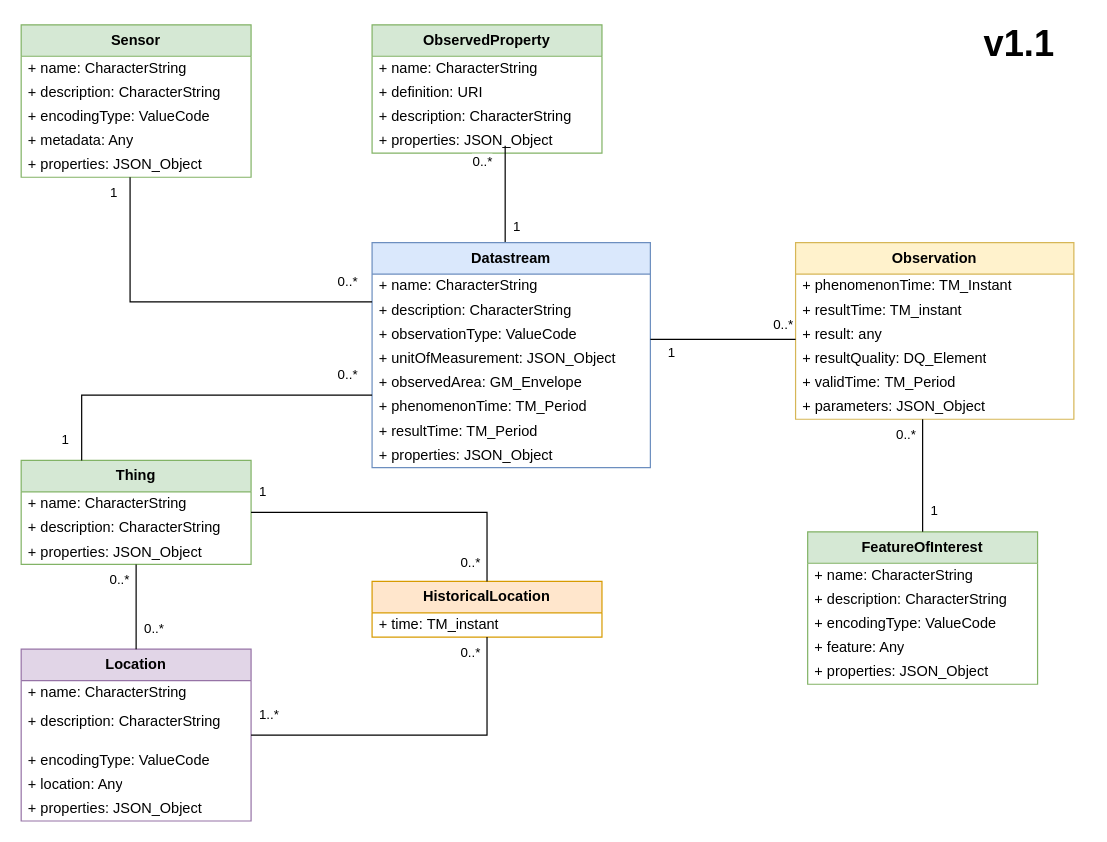
The draw.io diagram drawio/STA V1.1.multiDatastream.drawio in Mario-35/Stean, before the edit. Source tidied: cells renumbered, new cells numbered last; positions are measured from the earlier drawing's top-left corner, leaving out a move shared by most shapes. Both pictures are drawn from the tidied source at 121%, with x=0, y=0 at pixel (21, 24).
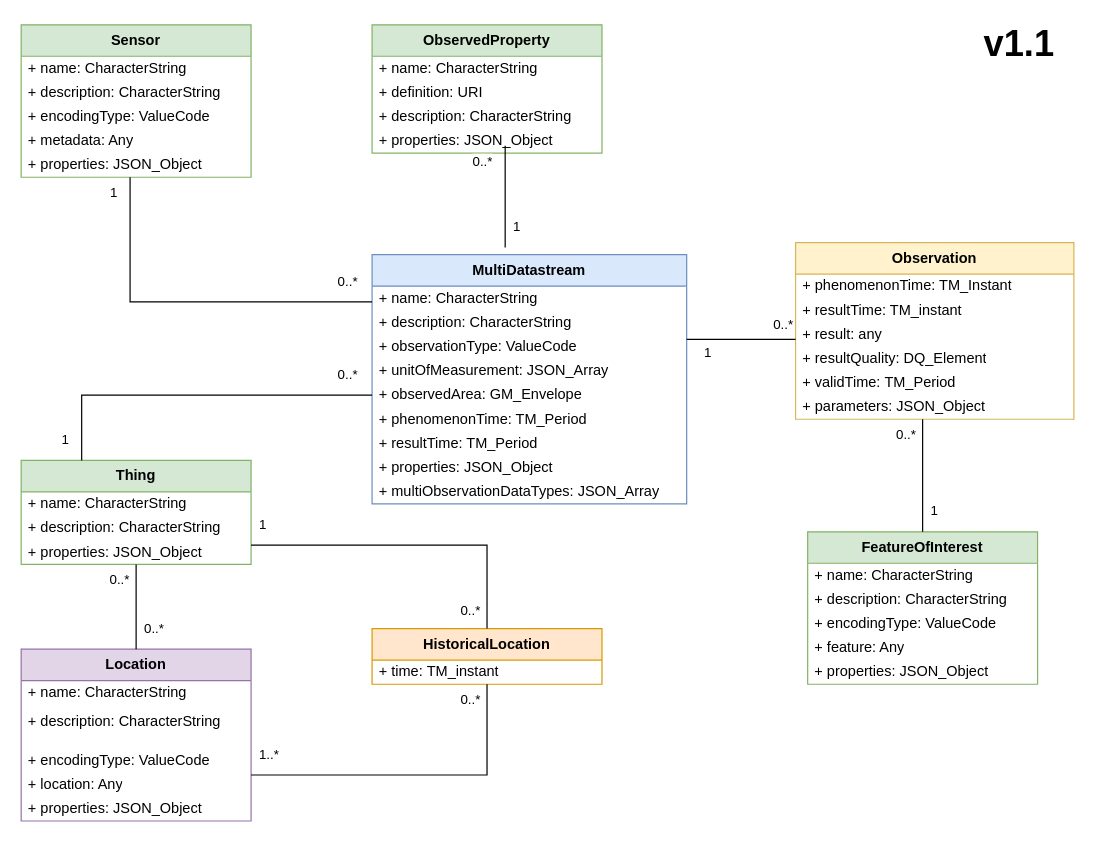
Above is the later version.

Commit message:
Mettre à jour STA V1.1.multiDatastream.drawio

Unchanged cells that the change refers to:
```xml
<mxCell id="2" value="&lt;b&gt;Location&lt;/b&gt;" style="swimlane;fontStyle=0;horizontal=1;startSize=26;fillColor=#e1d5e7;whiteSpace=wrap;html=1;strokeColor=#9673a6;" parent="1" vertex="1">
  <mxGeometry y="516" width="190" height="142" as="geometry" />
</mxCell>
<mxCell id="8" value="&lt;b&gt;Thing&lt;/b&gt;" style="swimlane;fontStyle=0;horizontal=1;startSize=26;fillColor=#d5e8d4;whiteSpace=wrap;html=1;strokeColor=#82b366;" parent="1" vertex="1">
  <mxGeometry y="360" width="190" height="86" as="geometry" />
</mxCell>
```

Change to the diagram source:
```diff
@@
-    <mxCell id="29" value="&lt;b&gt;Datastream&lt;/b&gt;" style="swimlane;fontStyle=0;horizontal=1;startSize=26;fillColor=#dae8fc;whiteSpace=wrap;html=1;strokeColor=#6c8ebf;" parent="1" vertex="1">
-      <mxGeometry x="290" y="180" width="230" height="186" as="geometry" />
+    <mxCell id="29" value="&lt;b&gt;MultiDatastream&lt;/b&gt;" style="swimlane;fontStyle=0;horizontal=1;startSize=26;fillColor=#dae8fc;whiteSpace=wrap;html=1;strokeColor=#6c8ebf;" parent="1" vertex="1">
+      <mxGeometry x="290" y="190" width="260" height="206" as="geometry" />
     </mxCell>
     <mxCell id="30" value="+ name:&amp;nbsp;CharacterString" style="text;strokeColor=none;fillColor=none;align=left;verticalAlign=middle;spacingLeft=4;spacingRight=4;overflow=hidden;whiteSpace=wrap;html=1;" parent="29" vertex="1">
-      <mxGeometry y="26" width="230" height="20" as="geometry" />
+      <mxGeometry y="26" width="260" height="20" as="geometry" />
     </mxCell>
     <mxCell id="31" value="+ description:&amp;nbsp;CharacterString" style="text;strokeColor=none;fillColor=none;align=left;verticalAlign=middle;spacingLeft=4;spacingRight=4;overflow=hidden;whiteSpace=wrap;html=1;" parent="29" vertex="1">
-      <mxGeometry y="46" width="230" height="20" as="geometry" />
+      <mxGeometry y="46" width="260" height="20" as="geometry" />
     </mxCell>
     <mxCell id="32" value="+&amp;nbsp;observationType:&amp;nbsp;ValueCode" style="text;strokeColor=none;fillColor=none;align=left;verticalAlign=middle;spacingLeft=4;spacingRight=4;overflow=hidden;whiteSpace=wrap;html=1;" parent="29" vertex="1">
-      <mxGeometry y="66" width="230" height="20" as="geometry" />
+      <mxGeometry y="66" width="260" height="20" as="geometry" />
     </mxCell>
-    <mxCell id="33" value="+ unitOfMeasurement: JSON_Object" style="text;strokeColor=none;fillColor=none;align=left;verticalAlign=middle;spacingLeft=4;spacingRight=4;overflow=hidden;whiteSpace=wrap;html=1;" parent="29" vertex="1">
-      <mxGeometry y="86" width="230" height="20" as="geometry" />
+    <mxCell id="33" value="+ unitOfMeasurement: JSON_Array" style="text;strokeColor=none;fillColor=none;align=left;verticalAlign=middle;spacingLeft=4;spacingRight=4;overflow=hidden;whiteSpace=wrap;html=1;" parent="29" vertex="1">
+      <mxGeometry y="86" width="260" height="20" as="geometry" />
     </mxCell>
     <mxCell id="34" value="+ observedArea: GM_Envelope" style="text;strokeColor=none;fillColor=none;align=left;verticalAlign=middle;spacingLeft=4;spacingRight=4;overflow=hidden;whiteSpace=wrap;html=1;" parent="29" vertex="1">
-      <mxGeometry y="106" width="230" height="20" as="geometry" />
+      <mxGeometry y="106" width="260" height="20" as="geometry" />
     </mxCell>
     <mxCell id="35" value="+ phenomenonTime: TM_Period" style="text;strokeColor=none;fillColor=none;align=left;verticalAlign=middle;spacingLeft=4;spacingRight=4;overflow=hidden;whiteSpace=wrap;html=1;" parent="29" vertex="1">
-      <mxGeometry y="126" width="230" height="20" as="geometry" />
+      <mxGeometry y="126" width="260" height="20" as="geometry" />
     </mxCell>
     <mxCell id="36" value="+&amp;nbsp;resultTime: TM_Period" style="text;strokeColor=none;fillColor=none;align=left;verticalAlign=middle;spacingLeft=4;spacingRight=4;overflow=hidden;whiteSpace=wrap;html=1;" parent="29" vertex="1">
-      <mxGeometry y="146" width="230" height="20" as="geometry" />
+      <mxGeometry y="146" width="260" height="20" as="geometry" />
     </mxCell>
     <mxCell id="37" value="+ properties: JSON_Object" style="text;strokeColor=none;fillColor=none;align=left;verticalAlign=middle;spacingLeft=4;spacingRight=4;overflow=hidden;whiteSpace=wrap;html=1;" parent="29" vertex="1">
-      <mxGeometry y="166" width="230" height="20" as="geometry" />
+      <mxGeometry y="166" width="260" height="20" as="geometry" />
     </mxCell>
+    <mxCell id="72" value="+ multiObservationDataTypes:&amp;nbsp;JSON_Array" style="text;strokeColor=none;fillColor=none;align=left;verticalAlign=middle;spacingLeft=4;spacingRight=4;overflow=hidden;whiteSpace=wrap;html=1;" parent="29" vertex="1">
+      <mxGeometry y="186" width="260" height="20" as="geometry" />
+    </mxCell>
@@
     <mxCell id="63" value="&lt;b&gt;HistoricalLocation&lt;/b&gt;" style="swimlane;fontStyle=0;horizontal=1;startSize=26;fillColor=#ffe6cc;whiteSpace=wrap;html=1;strokeColor=#d79b00;" parent="1" vertex="1">
-      <mxGeometry x="290" y="460" width="190" height="46" as="geometry" />
+      <mxGeometry x="290" y="499" width="190" height="46" as="geometry" />
     </mxCell>
@@
     <mxCell id="65" style="endArrow=none;html=1;endSize=12;startArrow=none;startSize=14;startFill=0;edgeStyle=orthogonalEdgeStyle;rounded=0;endFill=0;" parent="1" edge="1" source="2" target="63">
-      <mxGeometry relative="1" as="geometry" />
+      <mxGeometry relative="1" as="geometry">
+        <Array as="points">
+          <mxPoint x="385" y="620" />
+        </Array>
+      </mxGeometry>
     </mxCell>
@@
     <mxCell id="68" style="endArrow=none;html=1;endSize=12;startArrow=none;startSize=14;startFill=0;edgeStyle=orthogonalEdgeStyle;rounded=0;endFill=0;" parent="1" edge="1" source="8" target="63">
-      <mxGeometry relative="1" as="geometry" />
+      <mxGeometry relative="1" as="geometry">
+        <Array as="points">
+          <mxPoint x="385" y="430" />
+        </Array>
+      </mxGeometry>
     </mxCell>
```
